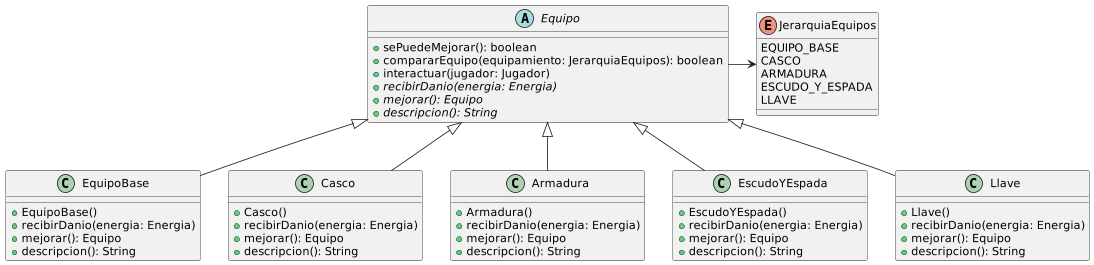
The PlantUML diagram diagrams/classes/DiagramasAlgoRoma/Equipo.png in CrissRMFI/TP2-AlgoIII, before a commit. Its diagram source:
```plantuml
@startuml Equipo

abstract class Equipo{
    +sePuedeMejorar(): boolean
    +compararEquipo(equipamiento: JerarquiaEquipos): boolean
    +interactuar(jugador: Jugador)
    +{abstract}recibirDanio(energia: Energia)
    +{abstract}mejorar(): Equipo
    +{abstract} descripcion(): String
}


enum JerarquiaEquipos{
    EQUIPO_BASE
    CASCO
    ARMADURA
    ESCUDO_Y_ESPADA
    LLAVE
}


class EquipoBase{
    +EquipoBase()
    +recibirDanio(energia: Energia)
    +mejorar(): Equipo
    +descripcion(): String
}

class Casco{
    +Casco()
    +recibirDanio(energia: Energia)
    +mejorar(): Equipo
    +descripcion(): String
}

class Armadura{
    +Armadura()
    +recibirDanio(energia: Energia)
    +mejorar(): Equipo
    +descripcion(): String
}

class EscudoYEspada{
    +EscudoYEspada()
    +recibirDanio(energia: Energia)
    +mejorar(): Equipo
    +descripcion(): String
}

class Llave{
    +Llave()
    +recibirDanio(energia: Energia)
    +mejorar(): Equipo
    +descripcion(): String
}


Equipo -> JerarquiaEquipos


Equipo <|-- EquipoBase
Equipo <|-- Casco
Equipo <|-- Armadura
Equipo <|-- EscudoYEspada
Equipo <|-- Llave


@enduml
```
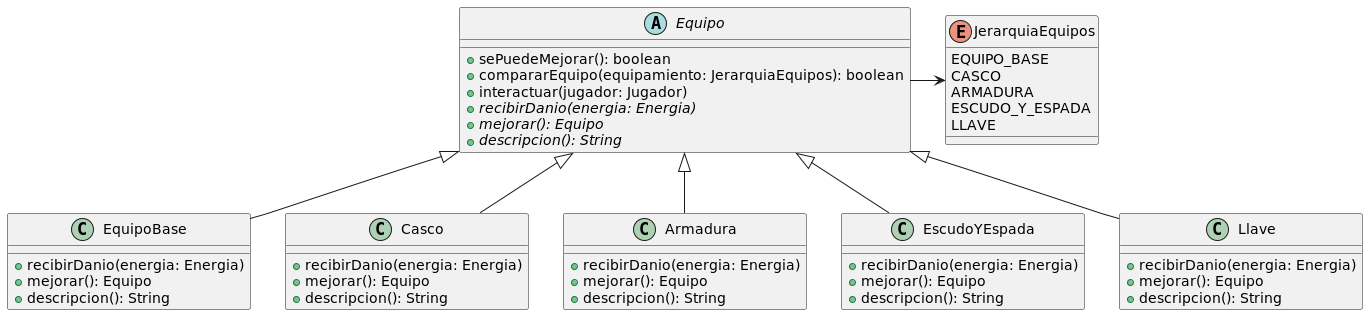
Above is the later version.

Commit message:
Se agrega el diagrama de clases de Equipo actualizado.

Change to the diagram source:
```diff
@@ -20,35 +20,30 @@
 
 
 class EquipoBase{
-    +EquipoBase()
     +recibirDanio(energia: Energia)
     +mejorar(): Equipo
     +descripcion(): String
 }
 
 class Casco{
-    +Casco()
     +recibirDanio(energia: Energia)
     +mejorar(): Equipo
     +descripcion(): String
 }
 
 class Armadura{
-    +Armadura()
     +recibirDanio(energia: Energia)
     +mejorar(): Equipo
     +descripcion(): String
 }
 
 class EscudoYEspada{
-    +EscudoYEspada()
     +recibirDanio(energia: Energia)
     +mejorar(): Equipo
     +descripcion(): String
 }
 
 class Llave{
-    +Llave()
     +recibirDanio(energia: Energia)
     +mejorar(): Equipo
     +descripcion(): String
```
